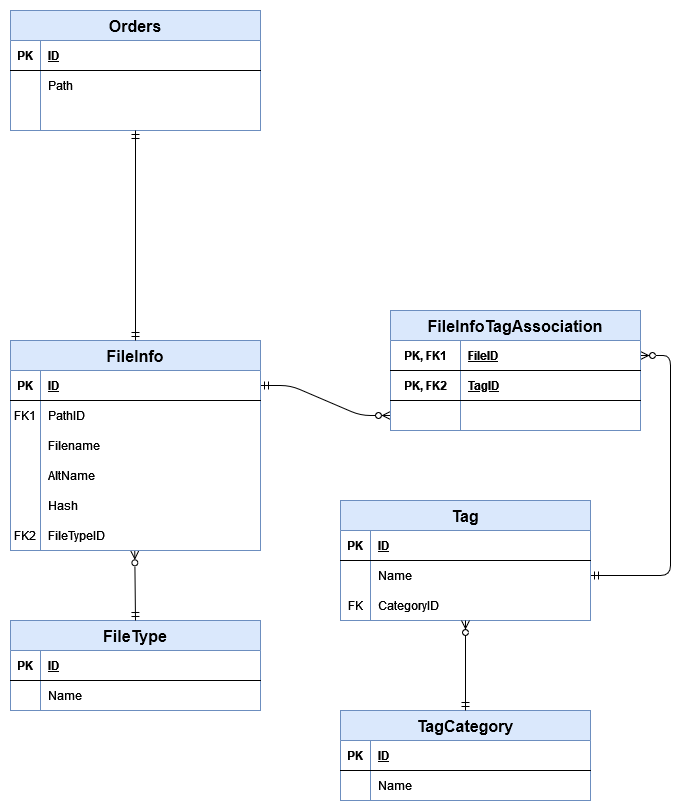
Before: docs/EntityDiagram.png, a diagram exported from draw.io (DanielThaiDTH/FileOrganizer). Source tidied: cells renumbered, new cells last; positions are measured from the earlier drawing's top-left corner, leaving out a move shared by most shapes.
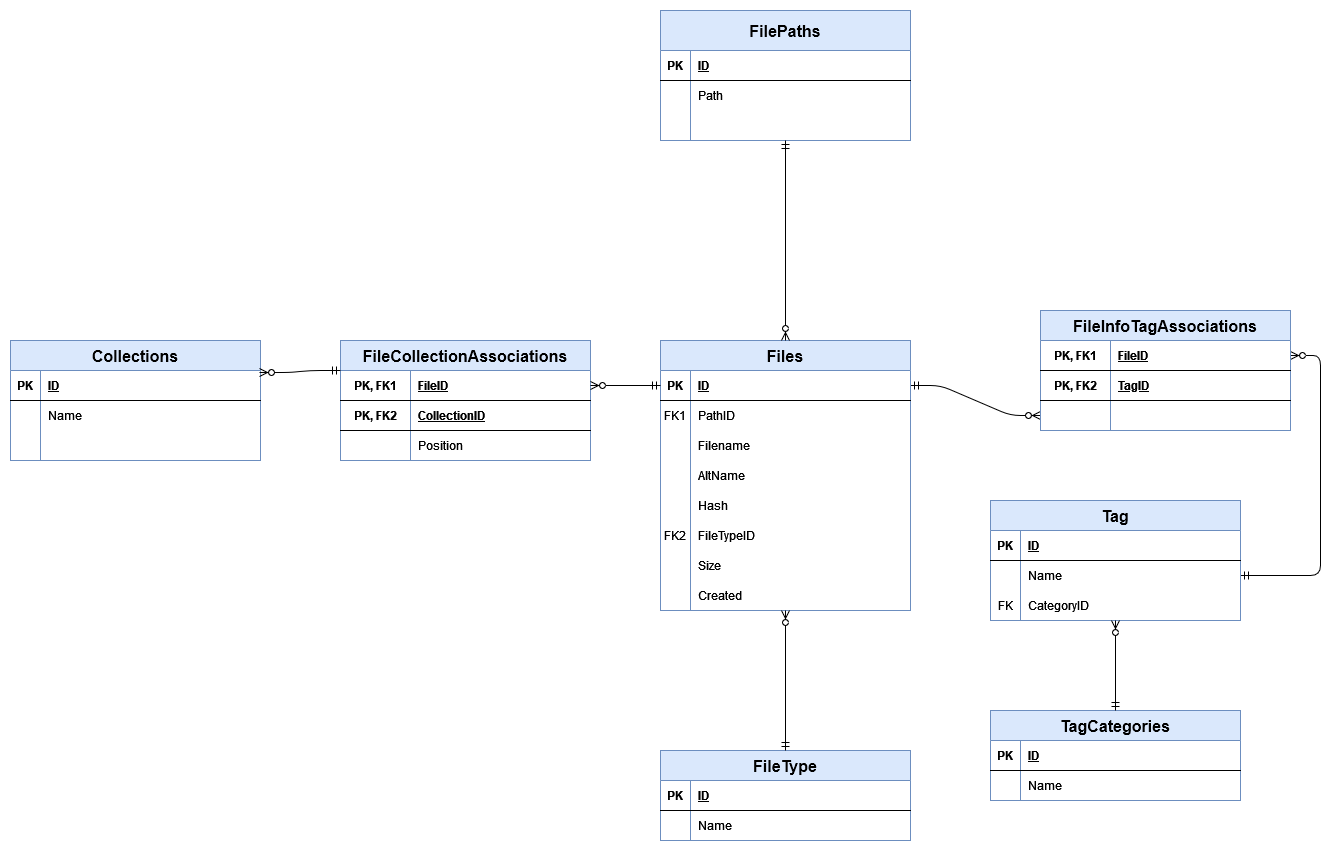
The same file after the commit.

Change to the diagram source:
```diff
@@ -8,7 +8,7 @@
     <mxCell id="3" style="edgeStyle=entityRelationEdgeStyle;endArrow=ERmandOne;startArrow=ERzeroToMany;endFill=0;startFill=0;" parent="1" edge="1" source="5" target="18">
       <mxGeometry relative="1" as="geometry" />
     </mxCell>
-    <mxCell id="4" value="FileInfoTagAssociation" style="shape=table;startSize=30;rowLines=0;fontStyle=1;align=center;fillColor=#dae8fc;strokeColor=#6c8ebf;fontSize=16;" parent="1" vertex="1">
+    <mxCell id="4" value="FileInfoTagAssociations" style="shape=table;startSize=30;rowLines=0;fontStyle=1;align=center;fillColor=#dae8fc;strokeColor=#6c8ebf;fontSize=16;" parent="1" vertex="1">
       <mxGeometry x="380" y="300" width="250" height="120" as="geometry" />
     </mxCell>
     <mxCell id="5" style="shape=partialRectangle;fillColor=none;points=[[0,0.5],[1,0.5]];portConstraint=eastwest;top=0;left=0;right=0;bottom=1;" parent="4" vertex="1">
@@ -68,8 +68,8 @@
     <mxCell id="23" value="CategoryID" style="shape=partialRectangle;overflow=hidden;fillColor=none;top=0;left=0;bottom=0;right=0;align=left;spacingLeft=6;" parent="21" vertex="1">
       <mxGeometry x="30" width="220" height="30" as="geometry" />
     </mxCell>
-    <mxCell id="24" value="FileInfo" style="shape=table;startSize=30;rowLines=0;fontStyle=1;align=center;fillColor=#dae8fc;strokeColor=#6c8ebf;fontSize=16;" parent="1" vertex="1">
-      <mxGeometry y="330" width="250" height="210" as="geometry" />
+    <mxCell id="24" value="Files" style="shape=table;startSize=30;rowLines=0;fontStyle=1;align=center;fillColor=#dae8fc;strokeColor=#6c8ebf;fontSize=16;" parent="1" vertex="1">
+      <mxGeometry y="330" width="250" height="270" as="geometry" />
     </mxCell>
     <mxCell id="25" style="shape=partialRectangle;fillColor=none;points=[[0,0.5],[1,0.5]];portConstraint=eastwest;top=0;left=0;right=0;bottom=1;" parent="24" vertex="1">
       <mxGeometry y="30" width="250" height="30" as="geometry" />
@@ -125,11 +125,29 @@
     <mxCell id="42" value="FileTypeID" style="shape=partialRectangle;overflow=hidden;fillColor=none;top=0;left=0;bottom=0;right=0;align=left;spacingLeft=6;" parent="40" vertex="1">
       <mxGeometry x="30" width="220" height="30" as="geometry" />
     </mxCell>
+    <mxCell id="70" style="shape=partialRectangle;fillColor=none;top=0;left=0;right=0;bottom=0;" parent="24" vertex="1">
+      <mxGeometry y="210" width="250" height="30" as="geometry" />
+    </mxCell>
+    <mxCell id="71" style="shape=partialRectangle;overflow=hidden;fillColor=none;top=0;left=0;bottom=0;right=0;" parent="70" vertex="1">
+      <mxGeometry width="30" height="30" as="geometry" />
+    </mxCell>
+    <mxCell id="72" value="Size" style="shape=partialRectangle;overflow=hidden;fillColor=none;top=0;left=0;bottom=0;right=0;align=left;spacingLeft=6;" parent="70" vertex="1">
+      <mxGeometry x="30" width="220" height="30" as="geometry" />
+    </mxCell>
+    <mxCell id="73" style="shape=partialRectangle;fillColor=none;top=0;left=0;right=0;bottom=0;" parent="24" vertex="1">
+      <mxGeometry y="240" width="250" height="30" as="geometry" />
+    </mxCell>
+    <mxCell id="74" style="shape=partialRectangle;overflow=hidden;fillColor=none;top=0;left=0;bottom=0;right=0;" parent="73" vertex="1">
+      <mxGeometry width="30" height="30" as="geometry" />
+    </mxCell>
+    <mxCell id="75" value="Created" style="shape=partialRectangle;overflow=hidden;fillColor=none;top=0;left=0;bottom=0;right=0;align=left;spacingLeft=6;" parent="73" vertex="1">
+      <mxGeometry x="30" width="220" height="30" as="geometry" />
+    </mxCell>
-    <mxCell id="43" value="Orders" style="shape=table;startSize=30;rowLines=0;fontStyle=1;align=center;fillColor=#dae8fc;strokeColor=#6c8ebf;fontSize=16;" parent="1" vertex="1">
-      <mxGeometry width="250" height="120" as="geometry" />
+    <mxCell id="43" value="FilePaths" style="shape=table;startSize=40;rowLines=0;fontStyle=1;align=center;fillColor=#dae8fc;strokeColor=#6c8ebf;fontSize=16;" parent="1" vertex="1">
+      <mxGeometry width="250" height="130" as="geometry" />
     </mxCell>
     <mxCell id="44" style="shape=partialRectangle;fillColor=none;top=0;left=0;right=0;bottom=1;" parent="43" vertex="1">
-      <mxGeometry y="30" width="250" height="30" as="geometry" />
+      <mxGeometry y="40" width="250" height="30" as="geometry" />
     </mxCell>
     <mxCell id="45" value="PK" style="shape=partialRectangle;overflow=hidden;fillColor=none;top=0;left=0;bottom=0;right=0;fontStyle=1;" parent="44" vertex="1">
       <mxGeometry width="30" height="30" as="geometry" />
@@ -138,7 +156,7 @@
       <mxGeometry x="30" width="220" height="30" as="geometry" />
     </mxCell>
     <mxCell id="47" style="shape=partialRectangle;fillColor=none;top=0;left=0;right=0;bottom=0;" parent="43" vertex="1">
-      <mxGeometry y="60" width="250" height="30" as="geometry" />
+      <mxGeometry y="70" width="250" height="30" as="geometry" />
     </mxCell>
     <mxCell id="48" style="shape=partialRectangle;overflow=hidden;fillColor=none;top=0;left=0;bottom=0;right=0;" parent="47" vertex="1">
       <mxGeometry width="30" height="30" as="geometry" />
@@ -147,7 +165,7 @@
       <mxGeometry x="30" width="220" height="30" as="geometry" />
     </mxCell>
     <mxCell id="50" style="shape=partialRectangle;fillColor=none;top=0;left=0;right=0;bottom=0;" parent="43" vertex="1">
-      <mxGeometry y="90" width="250" height="30" as="geometry" />
+      <mxGeometry y="100" width="250" height="30" as="geometry" />
     </mxCell>
     <mxCell id="51" style="shape=partialRectangle;overflow=hidden;fillColor=none;top=0;left=0;bottom=0;right=0;" parent="50" vertex="1">
       <mxGeometry width="30" height="30" as="geometry" />
@@ -155,10 +173,10 @@
     <mxCell id="52" style="shape=partialRectangle;overflow=hidden;fillColor=none;top=0;left=0;bottom=0;right=0;align=left;spacingLeft=6;" parent="50" vertex="1">
       <mxGeometry x="30" width="220" height="30" as="geometry" />
     </mxCell>
-    <mxCell id="53" style="endArrow=ERmandOne;html=1;rounded=0;jumpSize=0;exitX=0.5;exitY=0;exitDx=0;exitDy=0;entryX=0.5;entryY=1;entryDx=0;entryDy=0;endFill=0;startArrow=ERmandOne;startFill=0;" parent="1" edge="1" source="24" target="43">
+    <mxCell id="53" style="endArrow=ERmandOne;html=1;rounded=0;jumpSize=0;exitX=0.5;exitY=0;exitDx=0;exitDy=0;entryX=0.5;entryY=1;entryDx=0;entryDy=0;endFill=0;startArrow=ERzeroToMany;startFill=0;" parent="1" edge="1" source="24" target="43">
       <mxGeometry relative="1" as="geometry" />
     </mxCell>
-    <mxCell id="54" value="TagCategory" style="shape=table;startSize=30;rowLines=0;fontStyle=1;align=center;fillColor=#dae8fc;strokeColor=#6c8ebf;fontSize=16;" parent="1" vertex="1">
+    <mxCell id="54" value="TagCategories" style="shape=table;startSize=30;rowLines=0;fontStyle=1;align=center;fillColor=#dae8fc;strokeColor=#6c8ebf;fontSize=16;" parent="1" vertex="1">
       <mxGeometry x="330" y="700" width="250" height="90" as="geometry" />
     </mxCell>
     <mxCell id="55" style="shape=partialRectangle;fillColor=none;top=0;left=0;right=0;bottom=1;" parent="54" vertex="1">
@@ -185,7 +203,7 @@
       </mxGeometry>
     </mxCell>
     <mxCell id="62" value="FileType" style="shape=table;startSize=30;rowLines=0;fontStyle=1;align=center;fillColor=#dae8fc;strokeColor=#6c8ebf;fontSize=16;" parent="1" vertex="1">
-      <mxGeometry y="610" width="250" height="90" as="geometry" />
+      <mxGeometry y="740" width="250" height="90" as="geometry" />
     </mxCell>
     <mxCell id="63" style="shape=partialRectangle;fillColor=none;top=0;left=0;right=0;bottom=1;" parent="62" vertex="1">
       <mxGeometry y="30" width="250" height="30" as="geometry" />
@@ -205,8 +223,76 @@
     <mxCell id="68" value="Name" style="shape=partialRectangle;overflow=hidden;fillColor=none;top=0;left=0;bottom=0;right=0;align=left;spacingLeft=6;" parent="66" vertex="1">
       <mxGeometry x="30" width="220" height="30" as="geometry" />
     </mxCell>
-    <mxCell id="69" style="endArrow=ERzeroToMany;html=1;rounded=0;jumpSize=0;exitX=0.5;exitY=0;exitDx=0;exitDy=0;startArrow=ERmandOne;startFill=0;endFill=0;entryX=0.497;entryY=1.011;entryDx=0;entryDy=0;entryPerimeter=0;" parent="1" edge="1" source="62" target="40">
-      <mxGeometry x="1" y="215" relative="1" as="geometry" />
+    <mxCell id="69" style="endArrow=ERzeroToMany;html=1;rounded=0;jumpSize=0;exitX=0.5;exitY=0;exitDx=0;exitDy=0;startArrow=ERmandOne;startFill=0;endFill=0;" parent="1" edge="1" source="62">
+      <mxGeometry x="1" y="215" relative="1" as="geometry">
+        <mxPoint x="125" y="600" as="targetPoint" />
+      </mxGeometry>
     </mxCell>
+    <mxCell id="76" value="Collections" style="shape=table;startSize=30;rowLines=0;fontStyle=1;align=center;fillColor=#dae8fc;strokeColor=#6c8ebf;fontSize=16;" parent="1" vertex="1">
+      <mxGeometry x="-650" y="330" width="250" height="120" as="geometry" />
+    </mxCell>
+    <mxCell id="77" style="shape=partialRectangle;fillColor=none;points=[[0,0.5],[1,0.5]];portConstraint=eastwest;top=0;left=0;right=0;bottom=1;" parent="76" vertex="1">
+      <mxGeometry y="30" width="250" height="30" as="geometry" />
+    </mxCell>
+    <mxCell id="78" value="PK" style="shape=partialRectangle;overflow=hidden;fillColor=none;top=0;left=0;bottom=0;right=0;fontStyle=1;" parent="77" vertex="1">
+      <mxGeometry width="30" height="30" as="geometry" />
+    </mxCell>
+    <mxCell id="79" value="ID" style="shape=partialRectangle;overflow=hidden;fillColor=none;top=0;left=0;bottom=0;right=0;align=left;spacingLeft=6;fontStyle=5;" parent="77" vertex="1">
+      <mxGeometry x="30" width="220" height="30" as="geometry" />
+    </mxCell>
+    <mxCell id="80" style="shape=partialRectangle;fillColor=none;top=0;left=0;right=0;bottom=0;" parent="76" vertex="1">
+      <mxGeometry y="60" width="250" height="30" as="geometry" />
+    </mxCell>
+    <mxCell id="81" style="shape=partialRectangle;overflow=hidden;fillColor=none;top=0;left=0;bottom=0;right=0;" parent="80" vertex="1">
+      <mxGeometry width="30" height="30" as="geometry" />
+    </mxCell>
+    <mxCell id="82" value="Name" style="shape=partialRectangle;overflow=hidden;fillColor=none;top=0;left=0;bottom=0;right=0;align=left;spacingLeft=6;" parent="80" vertex="1">
+      <mxGeometry x="30" width="220" height="30" as="geometry" />
+    </mxCell>
+    <mxCell id="83" style="shape=partialRectangle;fillColor=none;top=0;left=0;right=0;bottom=0;" parent="76" vertex="1">
+      <mxGeometry y="90" width="250" height="30" as="geometry" />
+    </mxCell>
+    <mxCell id="84" style="shape=partialRectangle;overflow=hidden;fillColor=none;top=0;left=0;bottom=0;right=0;" parent="83" vertex="1">
+      <mxGeometry width="30" height="30" as="geometry" />
+    </mxCell>
+    <mxCell id="85" style="shape=partialRectangle;overflow=hidden;fillColor=none;top=0;left=0;bottom=0;right=0;align=left;spacingLeft=6;" parent="83" vertex="1">
+      <mxGeometry x="30" width="220" height="30" as="geometry" />
+    </mxCell>
+    <mxCell id="86" value="FileCollectionAssociations" style="shape=table;startSize=30;rowLines=0;fontStyle=1;align=center;fillColor=#dae8fc;strokeColor=#6c8ebf;fontSize=16;" parent="1" vertex="1">
+      <mxGeometry x="-320" y="330" width="250" height="120" as="geometry" />
+    </mxCell>
+    <mxCell id="87" style="shape=partialRectangle;fillColor=none;points=[[0,0.5],[1,0.5]];portConstraint=eastwest;top=0;left=0;right=0;bottom=1;" parent="86" vertex="1">
+      <mxGeometry y="30" width="250" height="30" as="geometry" />
+    </mxCell>
+    <mxCell id="88" value="PK, FK1" style="shape=partialRectangle;overflow=hidden;fillColor=none;top=0;left=0;bottom=0;right=0;fontStyle=1;" parent="87" vertex="1">
+      <mxGeometry width="70" height="30" as="geometry" />
+    </mxCell>
+    <mxCell id="89" value="FileID" style="shape=partialRectangle;overflow=hidden;fillColor=none;top=0;left=0;bottom=0;right=0;align=left;spacingLeft=6;fontStyle=5;" parent="87" vertex="1">
+      <mxGeometry x="70" width="180" height="30" as="geometry" />
+    </mxCell>
+    <mxCell id="90" style="shape=partialRectangle;fillColor=none;top=0;left=0;right=0;bottom=1;" parent="86" vertex="1">
+      <mxGeometry y="60" width="250" height="30" as="geometry" />
+    </mxCell>
+    <mxCell id="91" value="PK, FK2" style="shape=partialRectangle;overflow=hidden;fillColor=none;top=0;left=0;bottom=0;right=0;fontStyle=1;" parent="90" vertex="1">
+      <mxGeometry width="70" height="30" as="geometry" />
+    </mxCell>
+    <mxCell id="92" value="CollectionID" style="shape=partialRectangle;overflow=hidden;fillColor=none;top=0;left=0;bottom=0;right=0;align=left;spacingLeft=6;fontStyle=5;" parent="90" vertex="1">
+      <mxGeometry x="70" width="180" height="30" as="geometry" />
+    </mxCell>
+    <mxCell id="93" style="shape=partialRectangle;fillColor=none;top=0;left=0;right=0;bottom=0;" parent="86" vertex="1">
+      <mxGeometry y="90" width="250" height="30" as="geometry" />
+    </mxCell>
+    <mxCell id="94" style="shape=partialRectangle;overflow=hidden;fillColor=none;top=0;left=0;bottom=0;right=0;" parent="93" vertex="1">
+      <mxGeometry width="70" height="30" as="geometry" />
+    </mxCell>
+    <mxCell id="95" value="Position" style="shape=partialRectangle;overflow=hidden;fillColor=none;top=0;left=0;bottom=0;right=0;align=left;spacingLeft=6;" parent="93" vertex="1">
+      <mxGeometry x="70" width="180" height="30" as="geometry" />
+    </mxCell>
+    <mxCell id="96" style="edgeStyle=entityRelationEdgeStyle;endArrow=ERzeroToMany;startArrow=ERmandOne;endFill=1;startFill=0;exitX=0;exitY=0.5;exitDx=0;exitDy=0;entryX=1;entryY=0.5;entryDx=0;entryDy=0;" parent="1" edge="1" source="25" target="87">
+      <mxGeometry relative="1" as="geometry" />
+    </mxCell>
+    <mxCell id="97" style="edgeStyle=entityRelationEdgeStyle;endArrow=ERzeroToMany;startArrow=ERmandOne;endFill=1;startFill=0;entryX=0.996;entryY=0.067;entryDx=0;entryDy=0;exitX=0;exitY=0.25;exitDx=0;exitDy=0;entryPerimeter=0;" parent="1" edge="1" source="86" target="77">
+      <mxGeometry relative="1" as="geometry" />
+    </mxCell>
   </root>
 </mxGraphModel>
```
